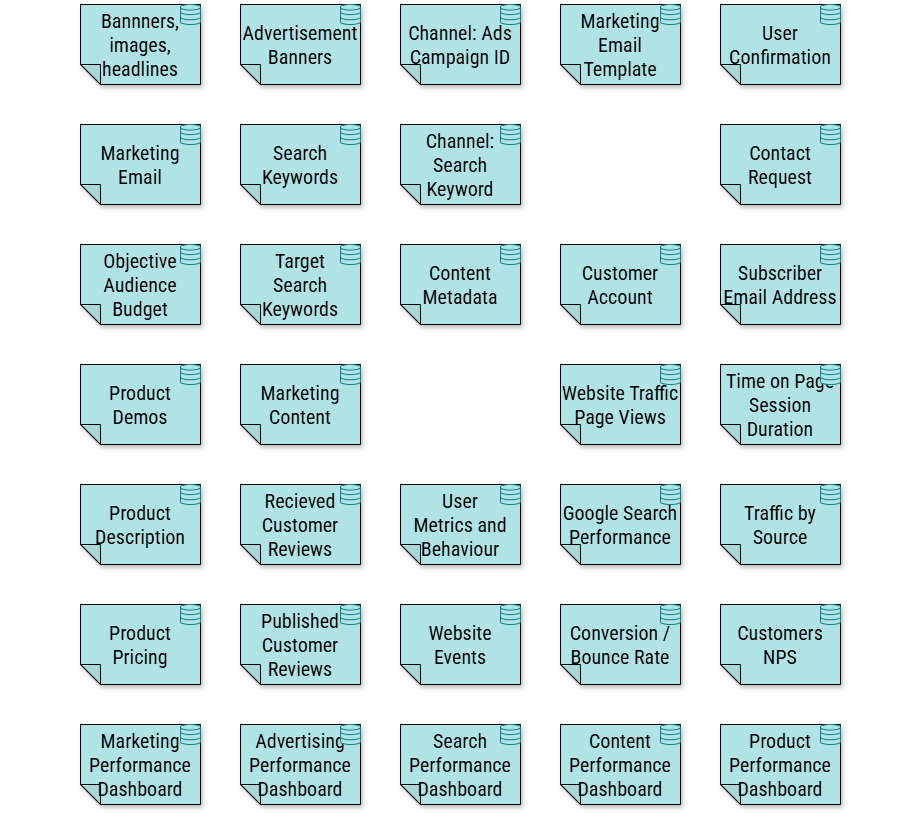
This is chapter-08/figure-8.01.drawio.png from software-architecture-guild/modeling-software-architecture, a draw.io export, as it was before one commit. Source tidied: cells renumbered, new cells last; positions are measured from the earlier drawing's top-left corner, leaving out a move shared by most shapes.
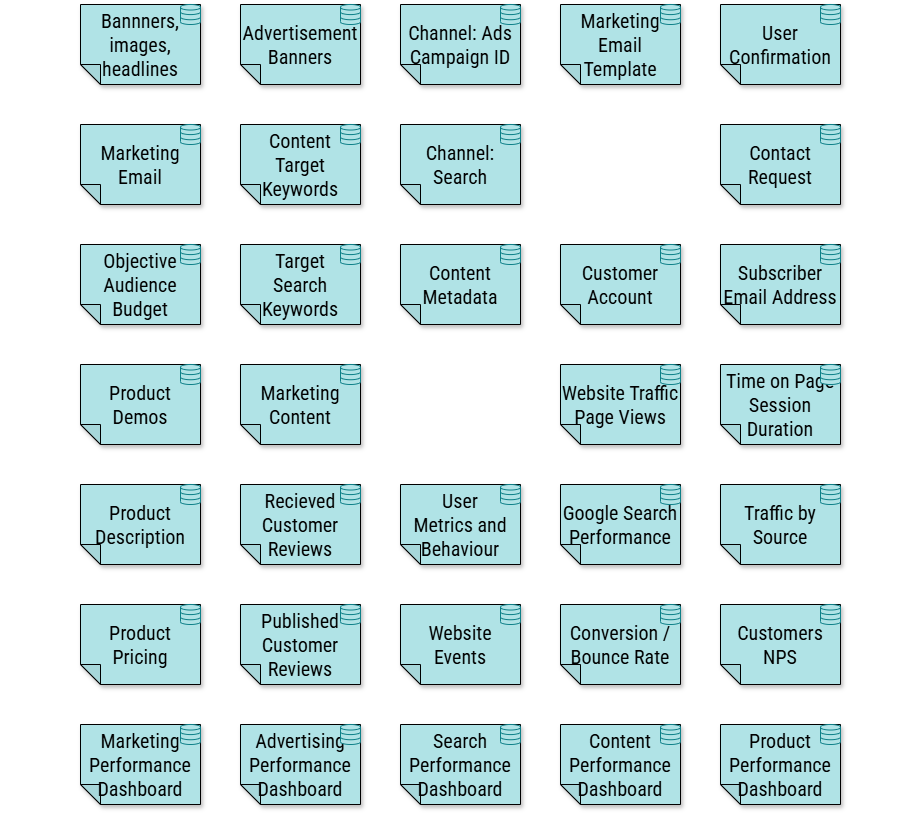
Above is the later version.

Commit message:
chapter 8: fixed google search and ads

What changed in the source:
```diff
@@ -50,10 +50,10 @@
     <mxCell id="17" value="Target&#10;Search Keywords" style="shape=note;whiteSpace=wrap;backgroundOutline=1;darkOpacity=0.05;fillColor=#b0e3e6;strokeColor=#000000;fillStyle=solid;direction=west;gradientDirection=north;shadow=1;size=20;fontFamily=Roboto Condensed;fontSource=https%3A%2F%2Ffonts.googleapis.com%2Fcss%3Ffamily%3DRoboto%2BCondensed;fontSize=20;" parent="1" vertex="1">
       <mxGeometry x="240" y="240" width="120" height="80" as="geometry" />
     </mxCell>
-    <mxCell id="18" value="Search Keywords" style="shape=note;whiteSpace=wrap;backgroundOutline=1;darkOpacity=0.05;fillColor=#b0e3e6;strokeColor=#000000;fillStyle=solid;direction=west;gradientDirection=north;shadow=1;size=20;fontFamily=Roboto Condensed;fontSource=https%3A%2F%2Ffonts.googleapis.com%2Fcss%3Ffamily%3DRoboto%2BCondensed;fontSize=20;" parent="1" vertex="1">
+    <mxCell id="18" value="Content&#10;Target Keywords" style="shape=note;whiteSpace=wrap;backgroundOutline=1;darkOpacity=0.05;fillColor=#b0e3e6;strokeColor=#000000;fillStyle=solid;direction=west;gradientDirection=north;shadow=1;size=20;fontFamily=Roboto Condensed;fontSource=https%3A%2F%2Ffonts.googleapis.com%2Fcss%3Ffamily%3DRoboto%2BCondensed;fontSize=20;" parent="1" vertex="1">
       <mxGeometry x="240" y="120" width="120" height="80" as="geometry" />
     </mxCell>
-    <mxCell id="19" value="Channel: Search&#10;Keyword" style="shape=note;whiteSpace=wrap;backgroundOutline=1;darkOpacity=0.05;fillColor=#b0e3e6;strokeColor=#000000;fillStyle=solid;direction=west;gradientDirection=north;shadow=1;size=20;fontFamily=Roboto Condensed;fontSource=https%3A%2F%2Ffonts.googleapis.com%2Fcss%3Ffamily%3DRoboto%2BCondensed;fontSize=20;" parent="1" vertex="1">
+    <mxCell id="19" value="Channel: Search" style="shape=note;whiteSpace=wrap;backgroundOutline=1;darkOpacity=0.05;fillColor=#b0e3e6;strokeColor=#000000;fillStyle=solid;direction=west;gradientDirection=north;shadow=1;size=20;fontFamily=Roboto Condensed;fontSource=https%3A%2F%2Ffonts.googleapis.com%2Fcss%3Ffamily%3DRoboto%2BCondensed;fontSize=20;" parent="1" vertex="1">
       <mxGeometry x="400" y="120" width="120" height="80" as="geometry" />
     </mxCell>
     <mxCell id="20" style="verticalLabelPosition=bottom;align=center;labelBackgroundColor=#ffffff;verticalAlign=top;strokeWidth=1;shadow=0;dashed=0;shape=mxgraph.ios7.icons.data;fillColor=#b0e3e6;strokeColor=#0e8088;fontFamily=Roboto Condensed;fontSource=https%3A%2F%2Ffonts.googleapis.com%2Fcss%3Ffamily%3DRoboto%2BCondensed;fontSize=20;fontColor=#000000;" parent="1" vertex="1">
```
